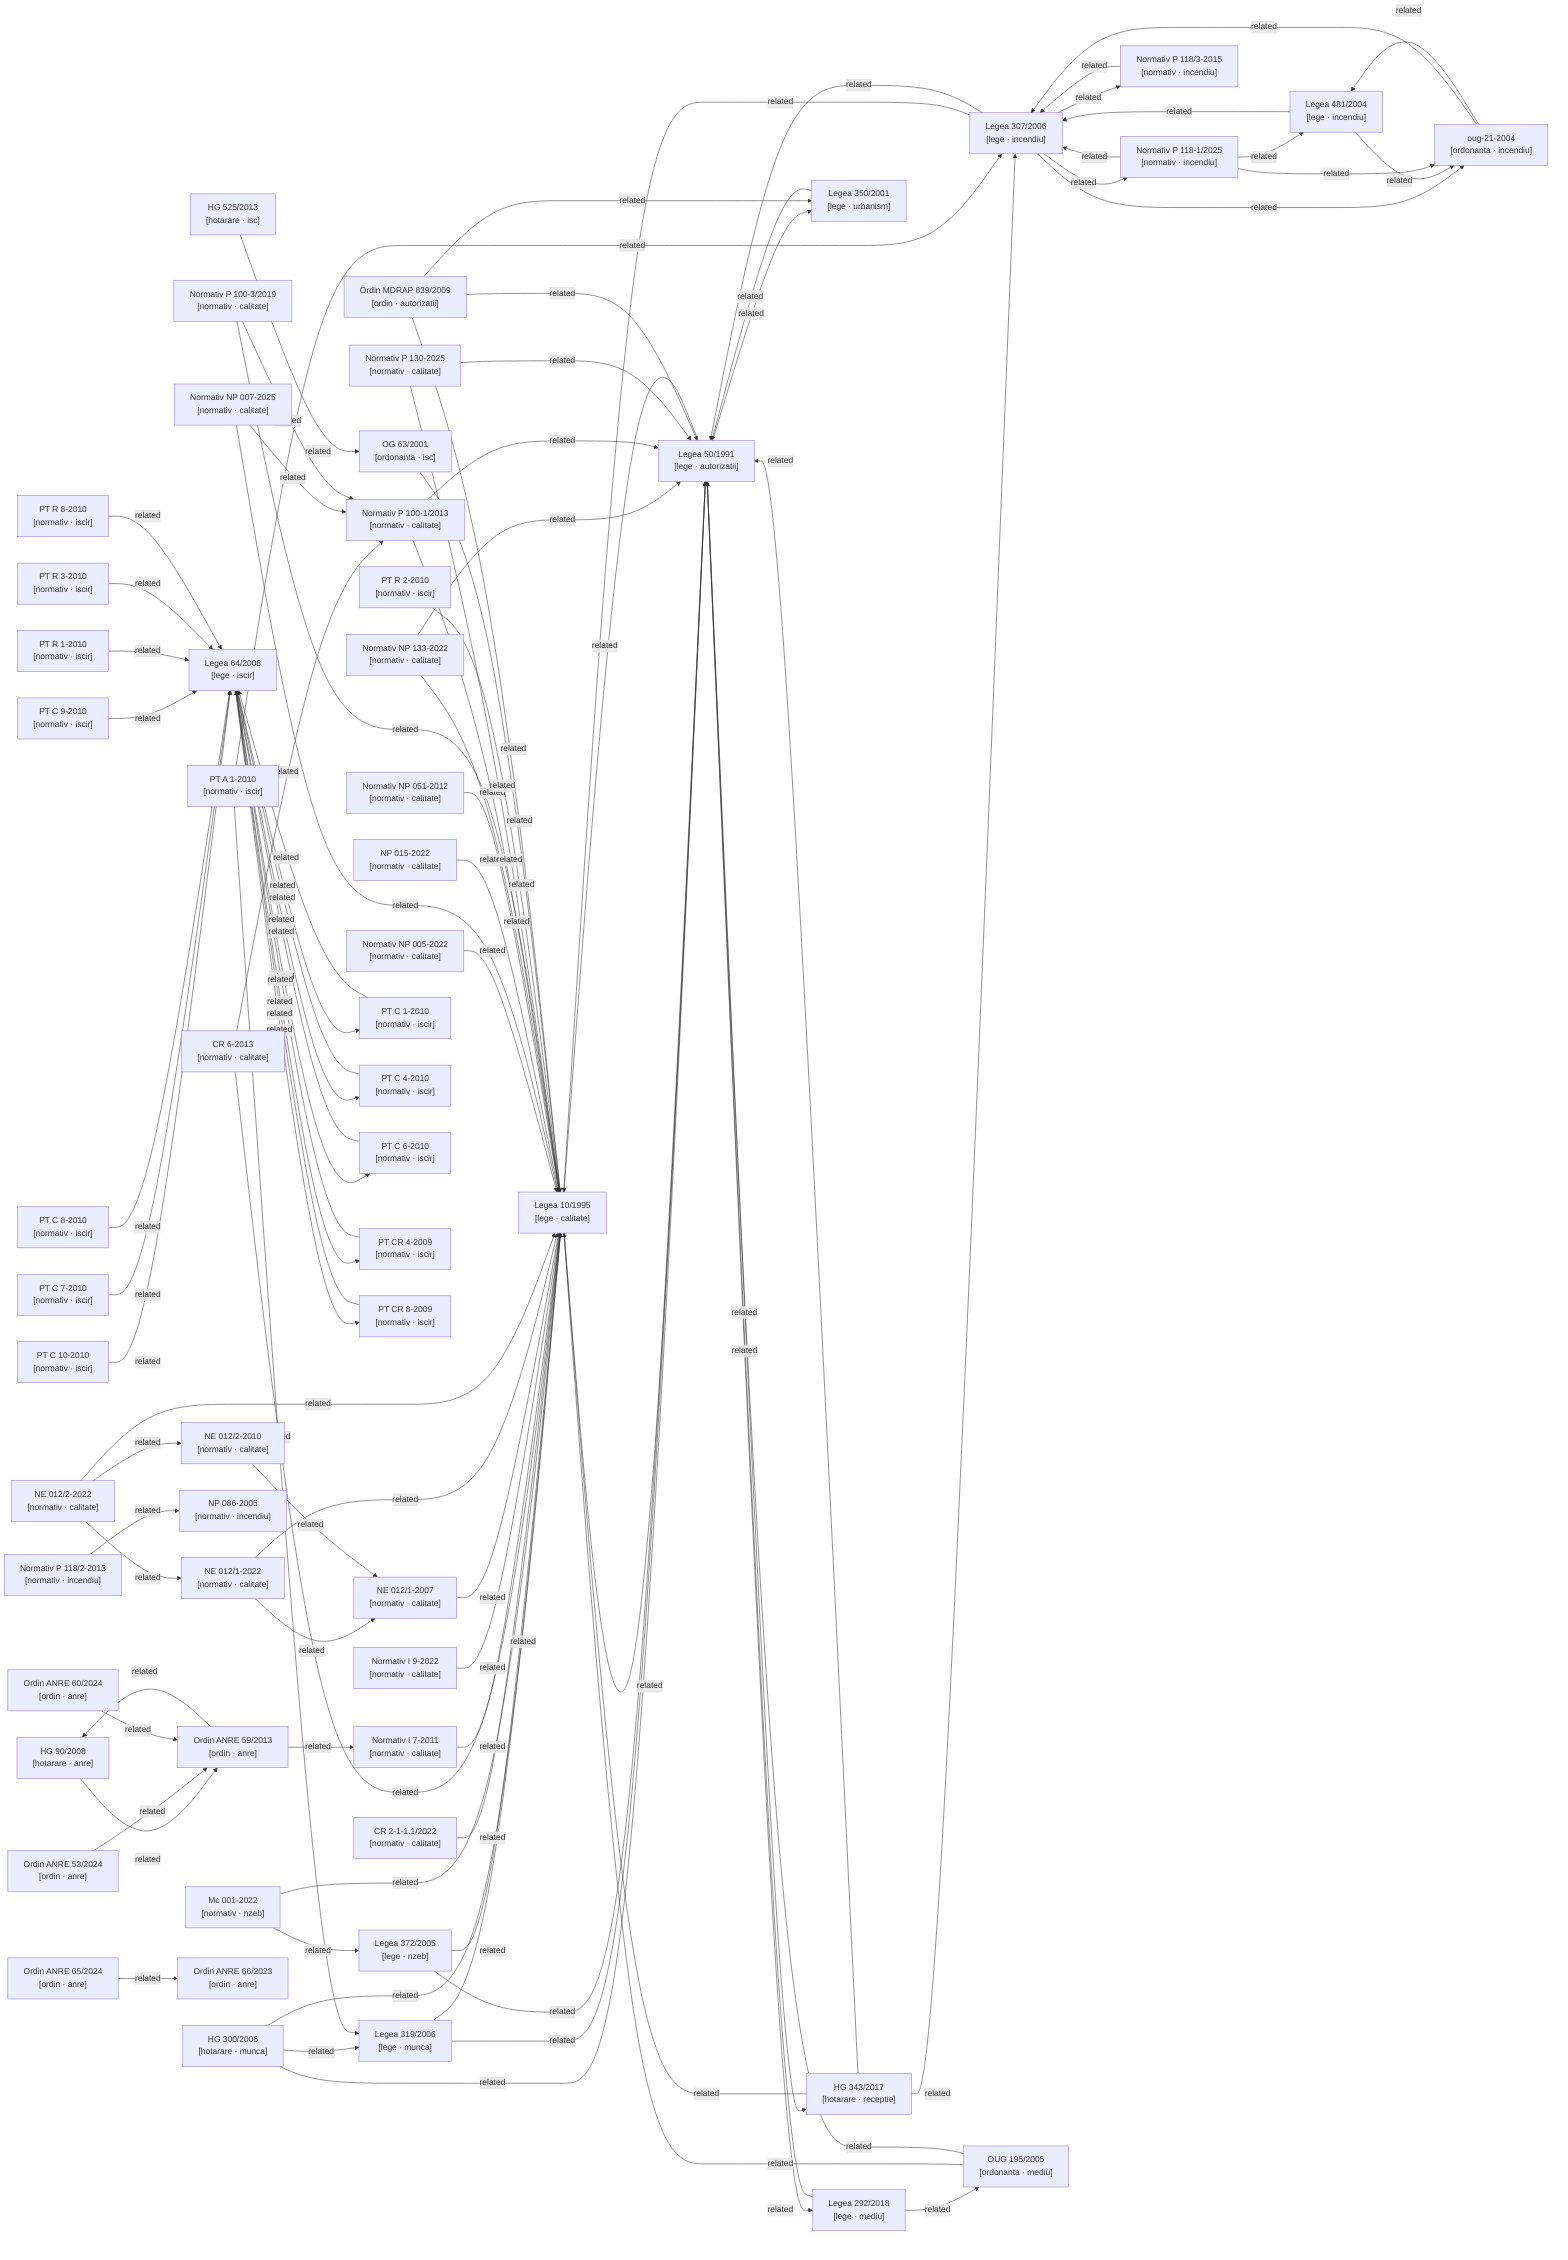
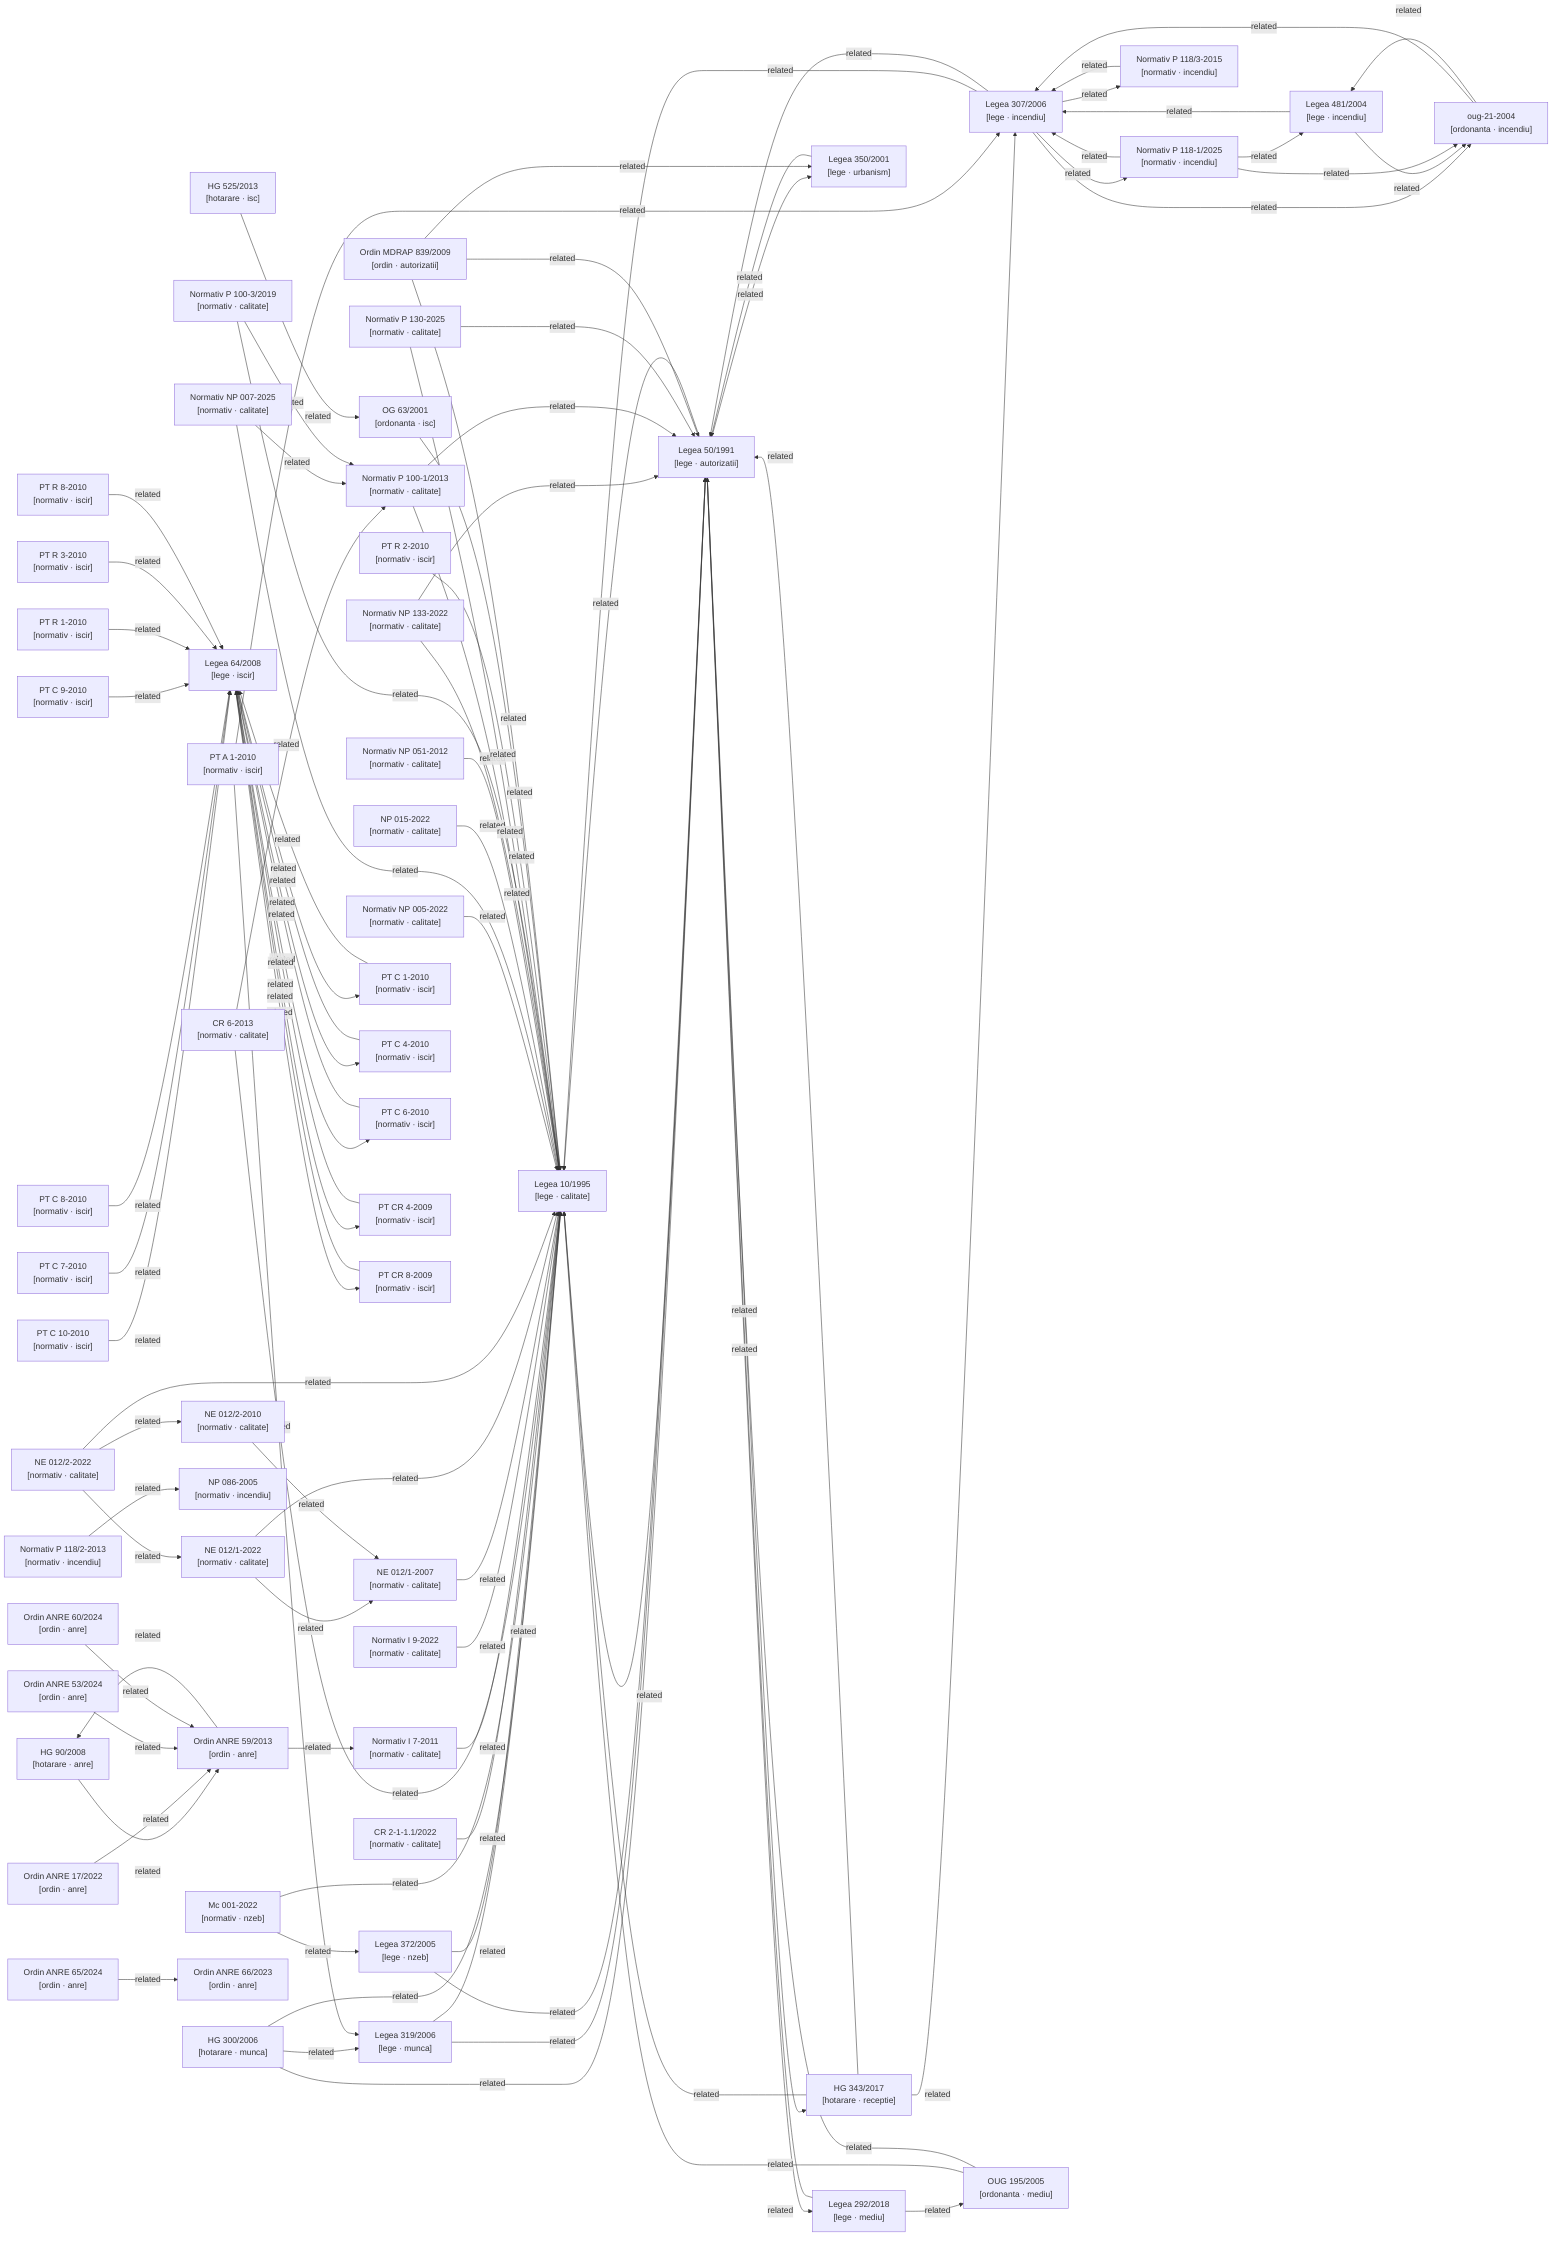
graph LR

  %% Nodes
  hg-300-2006["HG 300/2006\n[hotarare · munca]"]
  hg-343-2017["HG 343/2017\n[hotarare · receptie]"]
  hg-525-2013["HG 525/2013\n[hotarare · isc]"]
  hg-90-2008["HG 90/2008\n[hotarare · anre]"]
  lege-10-1995["Legea 10/1995\n[lege · calitate]"]
  lege-292-2018["Legea 292/2018\n[lege · mediu]"]
  lege-307-2006["Legea 307/2006\n[lege · incendiu]"]
  lege-319-2006["Legea 319/2006\n[lege · munca]"]
  lege-350-2001["Legea 350/2001\n[lege · urbanism]"]
  lege-372-2005["Legea 372/2005\n[lege · nzeb]"]
  lege-481-2004["Legea 481/2004\n[lege · incendiu]"]
  lege-50-1991["Legea 50/1991\n[lege · autorizatii]"]
  lege-64-2008["Legea 64/2008\n[lege · iscir]"]
  metodologie-mc001-2022["Mc 001-2022\n[normativ · nzeb]"]
  normativ-cr2-1-1-1-2022["CR 2-1-1.1/2022\n[normativ · calitate]"]
  normativ-cr6-2013["CR 6-2013\n[normativ · calitate]"]
  normativ-i7-2011["Normativ I 7-2011\n[normativ · calitate]"]
  normativ-i9-2022["Normativ I 9-2022\n[normativ · calitate]"]
  normativ-ne012-1-2007["NE 012/1-2007\n[normativ · calitate]"]
  normativ-ne012-1-2022["NE 012/1-2022\n[normativ · calitate]"]
  normativ-ne012-2-2010["NE 012/2-2010\n[normativ · calitate]"]
  normativ-ne012-2-2022["NE 012/2-2022\n[normativ · calitate]"]
  normativ-np005-2022["Normativ NP 005-2022\n[normativ · calitate]"]
  normativ-np007-2025["Normativ NP 007-2025\n[normativ · calitate]"]
  normativ-np015-2022["NP 015-2022\n[normativ · calitate]"]
  normativ-np051-2012["Normativ NP 051-2012\n[normativ · calitate]"]
  normativ-np086-2005["NP 086-2005\n[normativ · incendiu]"]
  normativ-np133-2022["Normativ NP 133-2022\n[normativ · calitate]"]
  normativ-p100-1-2013["Normativ P 100-1/2013\n[normativ · calitate]"]
  normativ-p100-3-2019["Normativ P 100-3/2019\n[normativ · calitate]"]
  normativ-p118-1-2025["Normativ P 118-1/2025\n[normativ · incendiu]"]
  normativ-p118-2-2013["Normativ P 118/2-2013\n[normativ · incendiu]"]
  normativ-p118-3-2015["Normativ P 118/3-2015\n[normativ · incendiu]"]
  normativ-p130-2025["Normativ P 130-2025\n[normativ · calitate]"]
  normativ-pt-a1-2010["PT A 1-2010\n[normativ · iscir]"]
  normativ-pt-c1-2010["PT C 1-2010\n[normativ · iscir]"]
  normativ-pt-c10-2010["PT C 10-2010\n[normativ · iscir]"]
  normativ-pt-c4-2010["PT C 4-2010\n[normativ · iscir]"]
  normativ-pt-c6-2010["PT C 6-2010\n[normativ · iscir]"]
  normativ-pt-c7-2010["PT C 7-2010\n[normativ · iscir]"]
  normativ-pt-c8-2010["PT C 8-2010\n[normativ · iscir]"]
  normativ-pt-c9-2010["PT C 9-2010\n[normativ · iscir]"]
  normativ-pt-cr4-2009["PT CR 4-2009\n[normativ · iscir]"]
  normativ-pt-cr8-2009["PT CR 8-2009\n[normativ · iscir]"]
  normativ-pt-r1-2010["PT R 1-2010\n[normativ · iscir]"]
  normativ-pt-r2-2010["PT R 2-2010\n[normativ · iscir]"]
  normativ-pt-r3-2010["PT R 3-2010\n[normativ · iscir]"]
  normativ-pt-r8-2010["PT R 8-2010\n[normativ · iscir]"]
  og-63-2001["OG 63/2001\n[ordonanta · isc]"]
  ordin-839-2009["Ordin MDRAP 839/2009\n[ordin · autorizatii]"]
+   ordin-anre-17-2022["Ordin ANRE 17/2022\n[ordin · anre]"]
  ordin-anre-53-2024["Ordin ANRE 53/2024\n[ordin · anre]"]
  ordin-anre-59-2013["Ordin ANRE 59/2013\n[ordin · anre]"]
  ordin-anre-60-2024["Ordin ANRE 60/2024\n[ordin · anre]"]
  ordin-anre-65-2024["Ordin ANRE 65/2024\n[ordin · anre]"]
  ordin-anre-66-2023["Ordin ANRE 66/2023\n[ordin · anre]"]
  oug-195-2005["OUG 195/2005\n[ordonanta · mediu]"]
  oug-21-2004["oug-21-2004\n[ordonanta · incendiu]"]

  %% Confirmed relationships (from metadata related_acts)
  hg-300-2006 -->|related| lege-10-1995
  hg-300-2006 -->|related| lege-319-2006
  hg-300-2006 -->|related| lege-50-1991
  hg-343-2017 -->|related| lege-10-1995
  hg-343-2017 -->|related| lege-307-2006
  hg-343-2017 -->|related| lege-50-1991
  hg-525-2013 -->|related| og-63-2001
  hg-90-2008 -->|related| ordin-anre-59-2013
  lege-10-1995 -->|related| lege-50-1991
  lege-292-2018 -->|related| lege-50-1991
  lege-292-2018 -->|related| oug-195-2005
  lege-307-2006 -->|related| lege-10-1995
  lege-307-2006 -->|related| lege-50-1991
  lege-307-2006 -->|related| normativ-p118-1-2025
  lege-307-2006 -->|related| normativ-p118-3-2015
  lege-307-2006 -->|related| oug-21-2004
  lege-319-2006 -->|related| lege-10-1995
  lege-319-2006 -->|related| lege-50-1991
  lege-350-2001 -->|related| lege-50-1991
  lege-372-2005 -->|related| lege-10-1995
  lege-372-2005 -->|related| lege-50-1991
  lege-481-2004 -->|related| lege-307-2006
  lege-481-2004 -->|related| oug-21-2004
  lege-50-1991 -->|related| hg-343-2017
  lege-50-1991 -->|related| lege-10-1995
  lege-50-1991 -->|related| lege-292-2018
  lege-50-1991 -->|related| lege-350-2001
  lege-64-2008 -->|related| normativ-pt-c1-2010
  lege-64-2008 -->|related| normativ-pt-c4-2010
  lege-64-2008 -->|related| normativ-pt-c6-2010
  lege-64-2008 -->|related| normativ-pt-cr4-2009
  lege-64-2008 -->|related| normativ-pt-cr8-2009
  metodologie-mc001-2022 -->|related| lege-10-1995
  metodologie-mc001-2022 -->|related| lege-372-2005
  normativ-cr2-1-1-1-2022 -->|related| lege-10-1995
  normativ-cr6-2013 -->|related| lege-10-1995
  normativ-cr6-2013 -->|related| normativ-p100-1-2013
  normativ-i7-2011 -->|related| lege-10-1995
  normativ-i9-2022 -->|related| lege-10-1995
  normativ-ne012-1-2007 -->|related| lege-10-1995
  normativ-ne012-1-2022 -->|related| lege-10-1995
  normativ-ne012-1-2022 -->|related| normativ-ne012-1-2007
  normativ-ne012-2-2010 -->|related| normativ-ne012-1-2007
  normativ-ne012-2-2022 -->|related| lege-10-1995
  normativ-ne012-2-2022 -->|related| normativ-ne012-1-2022
  normativ-ne012-2-2022 -->|related| normativ-ne012-2-2010
  normativ-np005-2022 -->|related| lege-10-1995
  normativ-np007-2025 -->|related| lege-10-1995
  normativ-np007-2025 -->|related| normativ-p100-1-2013
  normativ-np015-2022 -->|related| lege-10-1995
  normativ-np051-2012 -->|related| lege-10-1995
  normativ-np133-2022 -->|related| lege-10-1995
  normativ-np133-2022 -->|related| lege-50-1991
  normativ-p100-1-2013 -->|related| lege-10-1995
  normativ-p100-1-2013 -->|related| lege-50-1991
  normativ-p100-3-2019 -->|related| lege-10-1995
  normativ-p100-3-2019 -->|related| normativ-p100-1-2013
  normativ-p118-1-2025 -->|related| lege-307-2006
  normativ-p118-1-2025 -->|related| lege-481-2004
  normativ-p118-1-2025 -->|related| oug-21-2004
  normativ-p118-2-2013 -->|related| normativ-np086-2005
  normativ-p118-3-2015 -->|related| lege-307-2006
  normativ-p130-2025 -->|related| lege-10-1995
  normativ-p130-2025 -->|related| lege-50-1991
  normativ-pt-a1-2010 -->|related| lege-307-2006
  normativ-pt-a1-2010 -->|related| lege-319-2006
  normativ-pt-c1-2010 -->|related| lege-64-2008
  normativ-pt-c10-2010 -->|related| lege-64-2008
  normativ-pt-c4-2010 -->|related| lege-64-2008
  normativ-pt-c6-2010 -->|related| lege-64-2008
  normativ-pt-c7-2010 -->|related| lege-64-2008
  normativ-pt-c8-2010 -->|related| lege-64-2008
  normativ-pt-c9-2010 -->|related| lege-64-2008
  normativ-pt-cr4-2009 -->|related| lege-64-2008
  normativ-pt-cr8-2009 -->|related| lege-64-2008
  normativ-pt-r1-2010 -->|related| lege-64-2008
  normativ-pt-r2-2010 -->|related| lege-10-1995
  normativ-pt-r3-2010 -->|related| lege-64-2008
  normativ-pt-r8-2010 -->|related| lege-64-2008
  og-63-2001 -->|related| lege-10-1995
  ordin-839-2009 -->|related| lege-10-1995
  ordin-839-2009 -->|related| lege-350-2001
  ordin-839-2009 -->|related| lege-50-1991
+   ordin-anre-17-2022 -->|related| ordin-anre-59-2013
  ordin-anre-53-2024 -->|related| ordin-anre-59-2013
  ordin-anre-59-2013 -->|related| hg-90-2008
  ordin-anre-59-2013 -->|related| normativ-i7-2011
  ordin-anre-60-2024 -->|related| ordin-anre-59-2013
  ordin-anre-65-2024 -->|related| ordin-anre-66-2023
  oug-195-2005 -->|related| lege-10-1995
  oug-195-2005 -->|related| lege-50-1991
  oug-21-2004 -->|related| lege-307-2006
  oug-21-2004 -->|related| lege-481-2004

  %% Auto-detected relationships (needs_review)
